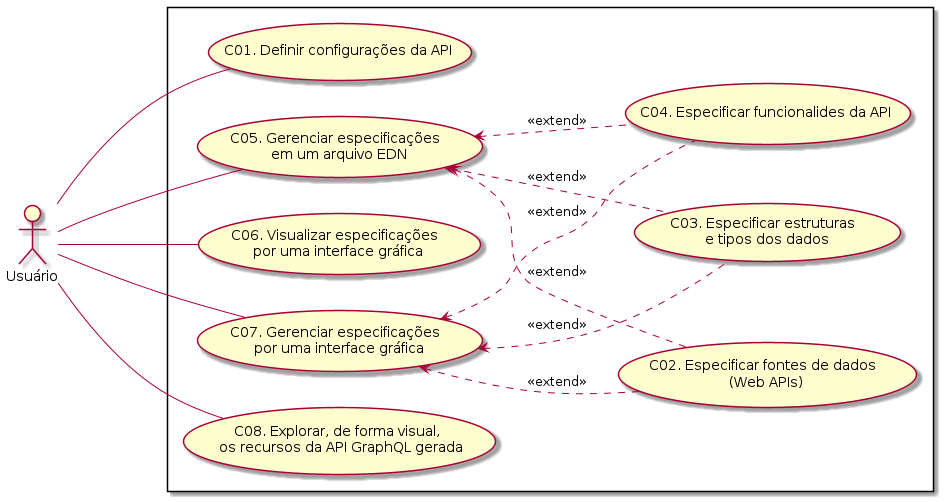
Earlier version of the PlantUML export Artefatos/Diagramas/use-case.png (ICEI-PUC-Minas-PPLES-TI/plf-es-2022-1-tcci-5308100-dev-marlon-silva).
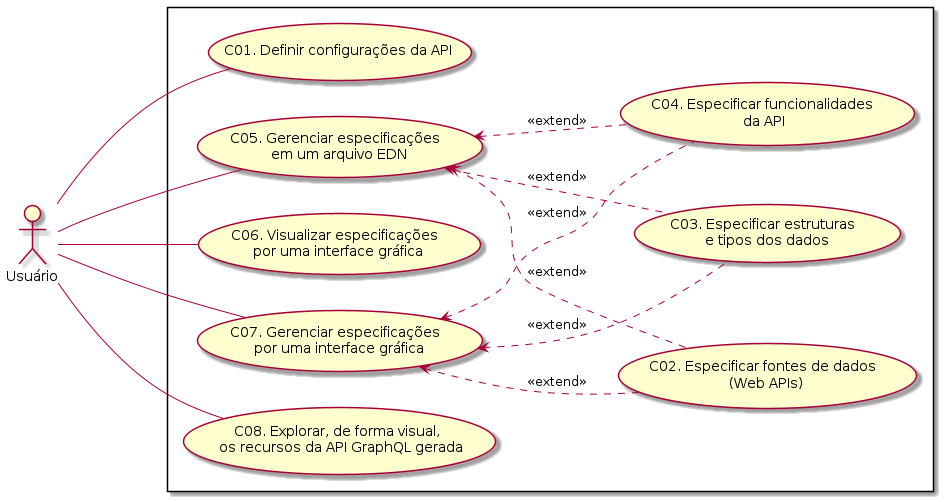
After the commit.

The edit, as a diff of the source:
```diff
@@ -8,7 +8,7 @@
   usecase "C01. Definir configurações da API " as C01
   usecase "C02. Especificar fontes de dados \n (Web APIs)" as C02
   usecase "C03. Especificar estruturas \n e tipos dos dados" as C03
-  usecase "C04. Especificar funcionalides da API " as C04
+  usecase "C04. Especificar funcionalidades \n da API " as C04
   usecase "C05. Gerenciar especificações \n em um arquivo EDN" as C05
   usecase "C06. Visualizar especificações \n por uma interface gráfica" as C06
   usecase "C07. Gerenciar especificações \n por uma interface gráfica" as C07
@@ -21,7 +21,7 @@
 dev --  C07
 dev --  C08
 
-C05 <.. C02  : <<extend>>
+C05 <..  C02  : <<extend>>
 C05 <..  C03  : <<extend>>
 C05 <..  C04  : <<extend>>
 
```
